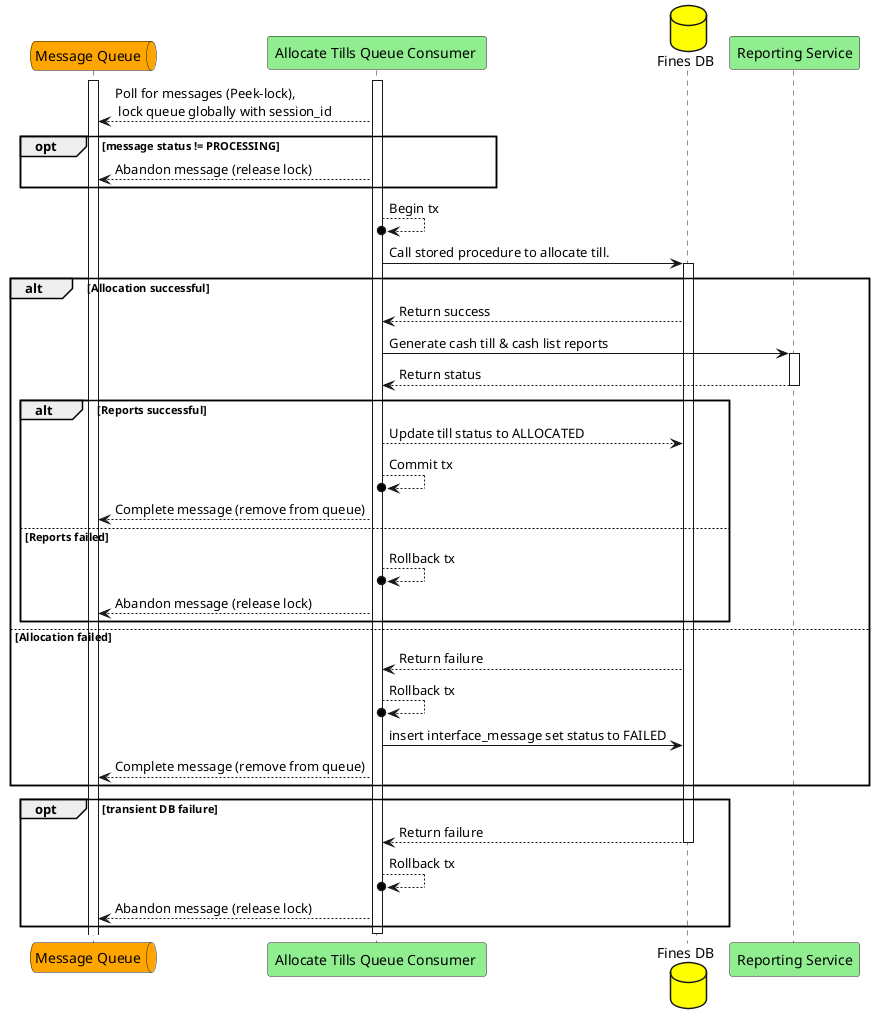
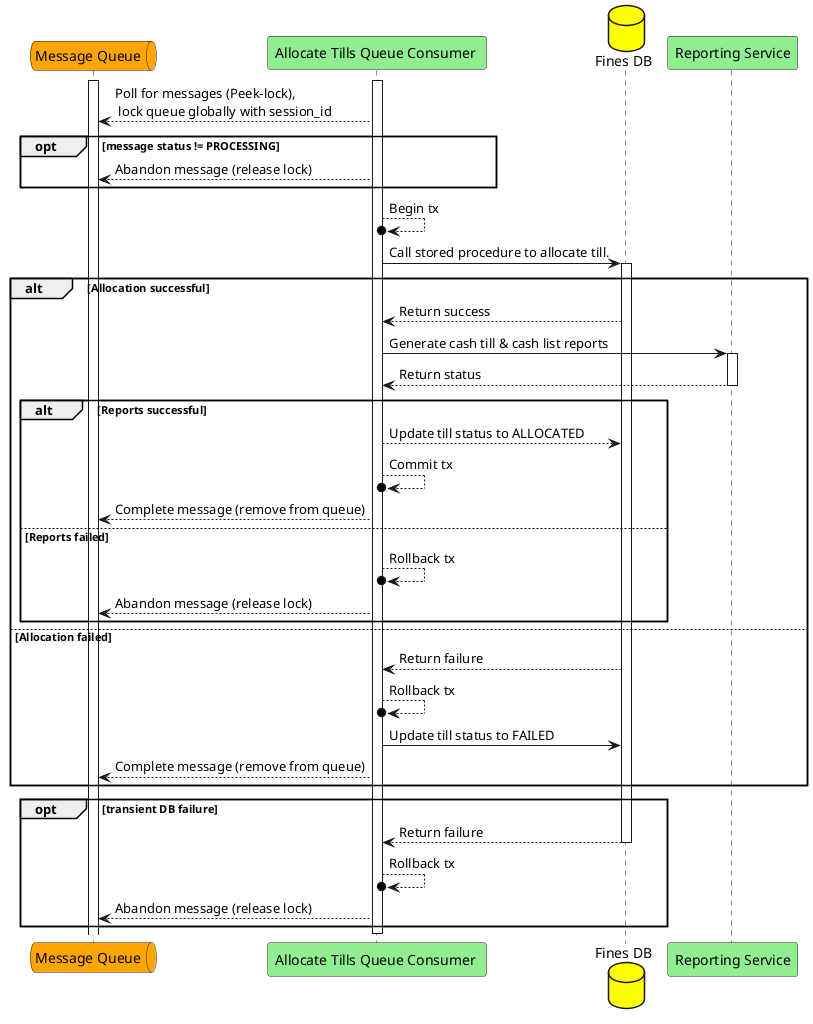
@startuml
queue Queue as "Message Queue" #Orange
participant Consumer as "Allocate Tills Queue Consumer " #LightGreen
database DB as "Fines DB" #Yellow
participant Report as "Reporting Service" #LightGreen

activate Queue
activate Consumer

Consumer --> Queue : Poll for messages (Peek-lock), \n lock queue globally with session_id
opt message status != PROCESSING
Consumer --> Queue : Abandon message (release lock)
end

Consumer -->o Consumer : Begin tx

Consumer -> DB ++: Call stored procedure to allocate till.

alt Allocation successful

    DB --> Consumer : Return success
    Consumer -> Report ++: Generate cash till & cash list reports
    Report --> Consumer --: Return status

    alt Reports successful
        Consumer  --> DB : Update till status to ALLOCATED
        Consumer -->o Consumer : Commit tx
        Consumer --> Queue : Complete message (remove from queue)
    else Reports failed
        Consumer -->o Consumer : Rollback tx
        Consumer --> Queue : Abandon message (release lock)
    end

else Allocation failed
    DB --> Consumer : Return failure
    Consumer -->o Consumer : Rollback tx
-     Consumer -> DB: insert interface_message set status to FAILED
+     Consumer -> DB: Update till status to FAILED
    Consumer --> Queue : Complete message (remove from queue)
end

opt transient DB failure
    DB --> Consumer --: Return failure
    Consumer -->o Consumer : Rollback tx
    Consumer --> Queue : Abandon message (release lock)
end
deactivate Consumer
@enduml
